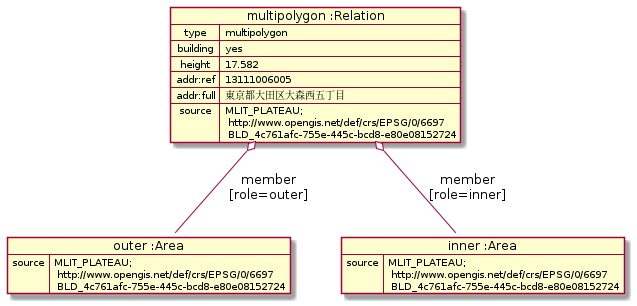
Earlier version of the PlantUML export doc/building/sample-b-osm.pu.png (yuuhayashi/citygml-osm).
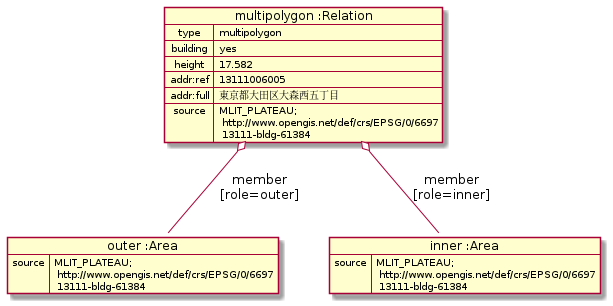
After the change.

Change to the diagram source:
```diff
@@ -5,13 +5,13 @@
  height => 17.582
  addr:ref => 13111006005
  addr:full => 東京都大田区大森西五丁目
- source => MLIT_PLATEAU;\n http://www.opengis.net/def/crs/EPSG/0/6697\n BLD_4c761afc-755e-445c-bcd8-e80e08152724
+ source => MLIT_PLATEAU;\n http://www.opengis.net/def/crs/EPSG/0/6697\n 13111-bldg-61384
 }
 map "outer :Area" as outer {
- source => MLIT_PLATEAU;\n http://www.opengis.net/def/crs/EPSG/0/6697\n BLD_4c761afc-755e-445c-bcd8-e80e08152724
+ source => MLIT_PLATEAU;\n http://www.opengis.net/def/crs/EPSG/0/6697\n 13111-bldg-61384
 }
 map "inner :Area" as a {
- source => MLIT_PLATEAU;\n http://www.opengis.net/def/crs/EPSG/0/6697\n BLD_4c761afc-755e-445c-bcd8-e80e08152724
+ source => MLIT_PLATEAU;\n http://www.opengis.net/def/crs/EPSG/0/6697\n 13111-bldg-61384
 }
 
 multipolygon o-- outer : member\n[role=outer]
```
